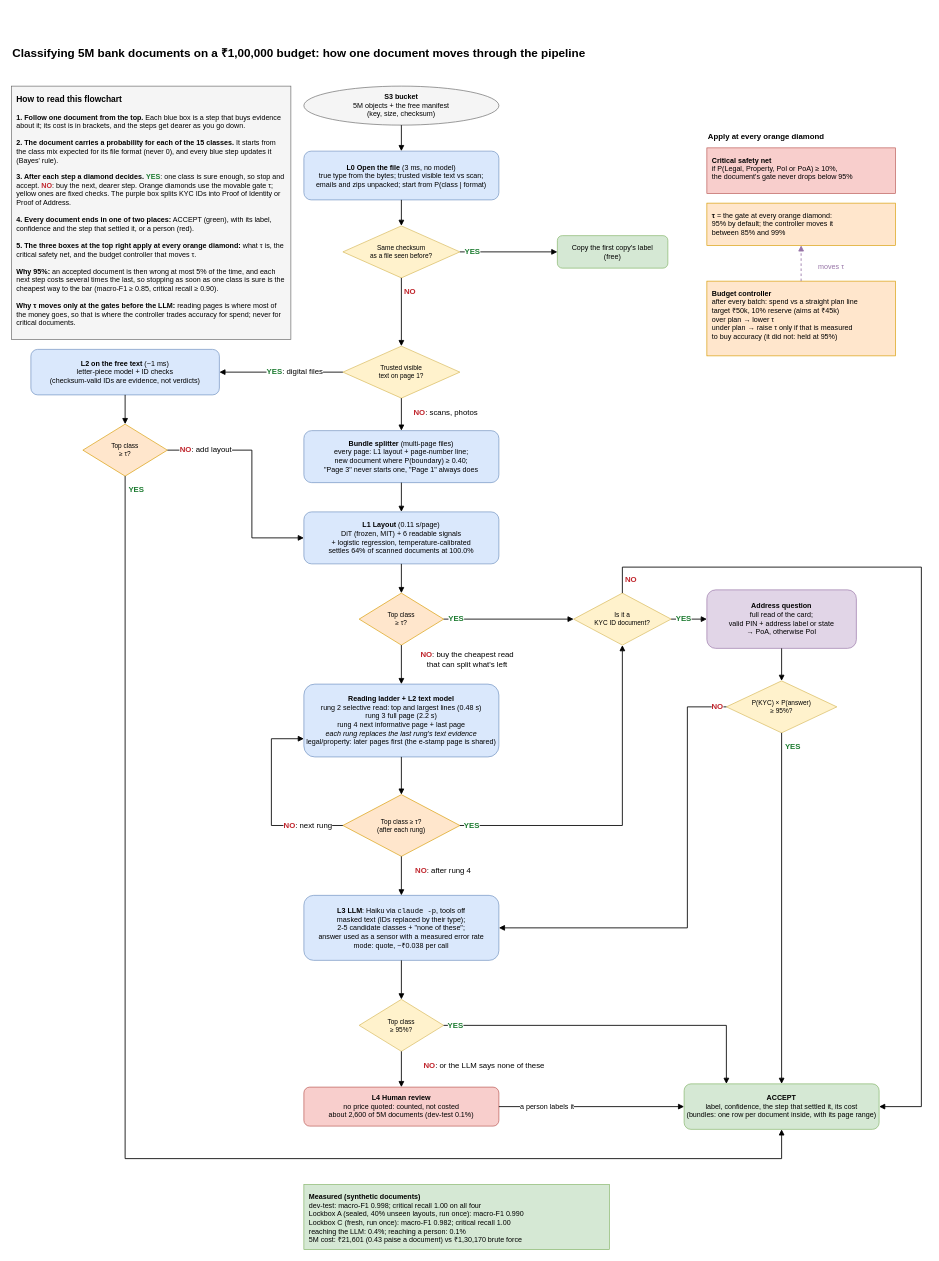
This is deliverables/flowchart.drawio from vansh-gandhi-02/privy-doc-classifier, a draw.io file, before an edit. Source tidied: cells renumbered, new cells numbered last; positions are measured from the earlier drawing's top-left corner, leaving out a move shared by most shapes. Both pictures are drawn from the tidied source at 65%, with x=0, y=0 at pixel (11, 44).
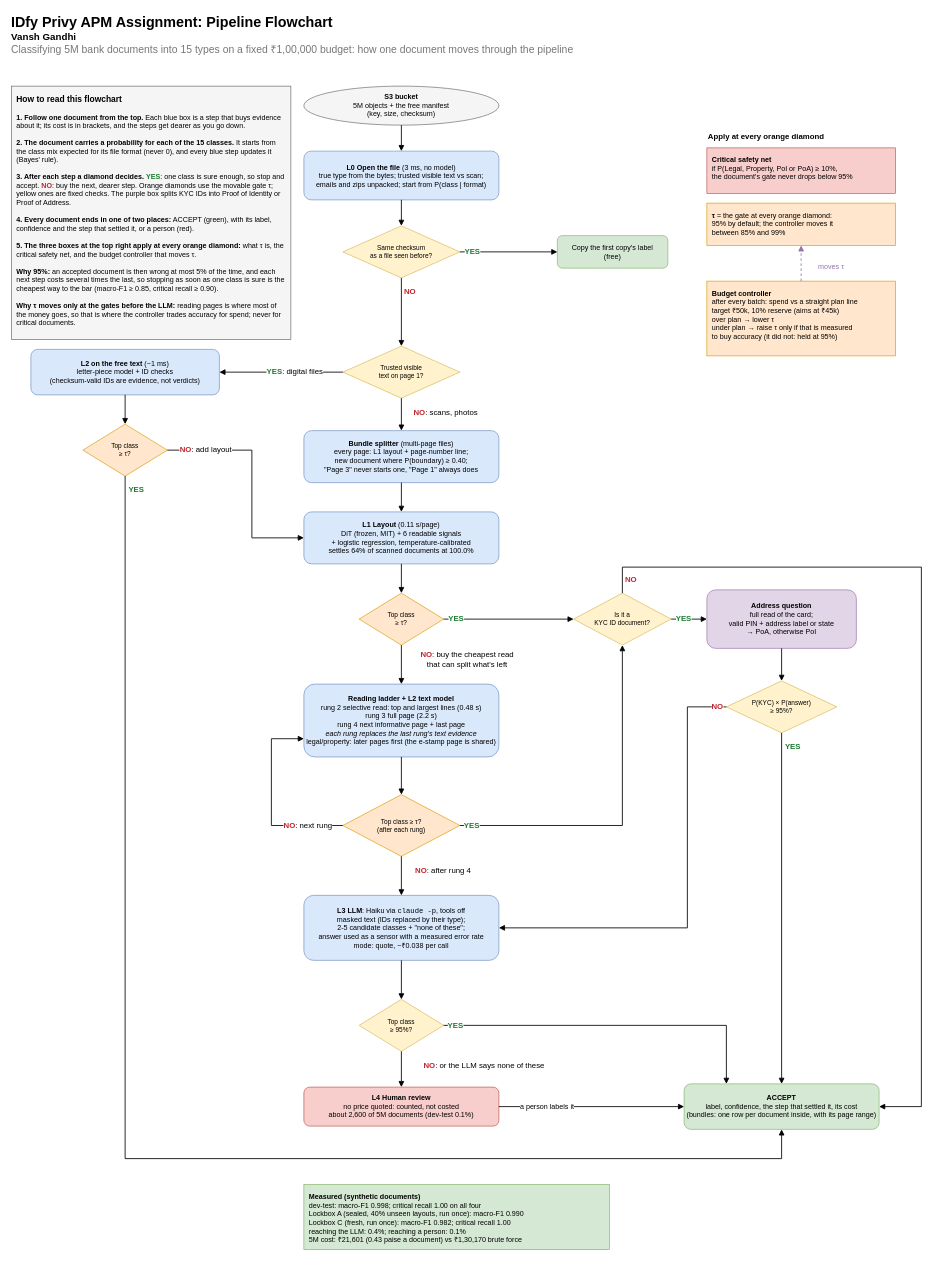
After the change.

Commit message (it also covers changes not shown here):
Flowchart: the same heading as the approach note (title, author, problem)

Claude-Session: https://claude.ai/code/session_01SNnMmdGRi1fbX1tbArgv6G

Diff of the diagram source:
```diff
@@
-    <mxCell id="2" value="&lt;b&gt;Classifying 5M bank documents on a &amp;#8377;1,00,000 budget: how one document moves through the pipeline&lt;/b&gt;" style="text;html=1;fontSize=18;align=left;verticalAlign=middle;" parent="1" vertex="1">
-      <mxGeometry width="1400" height="30" as="geometry" />
+    <mxCell id="2" value="&lt;b style='font-size:22px'&gt;IDfy Privy APM Assignment: Pipeline Flowchart&lt;/b&gt;&lt;br&gt;&lt;b style='font-size:15px'&gt;Vansh Gandhi&lt;/b&gt;&lt;br&gt;&lt;span style='font-size:16px;color:#787774'&gt;Classifying 5M bank documents into 15 types on a fixed &amp;#8377;1,00,000 budget: how one document moves through the pipeline&lt;/span&gt;" style="text;html=1;align=left;verticalAlign=top;spacing=0;" parent="1" vertex="1">
+      <mxGeometry y="-50" width="1400" height="85" as="geometry" />
     </mxCell>
```
